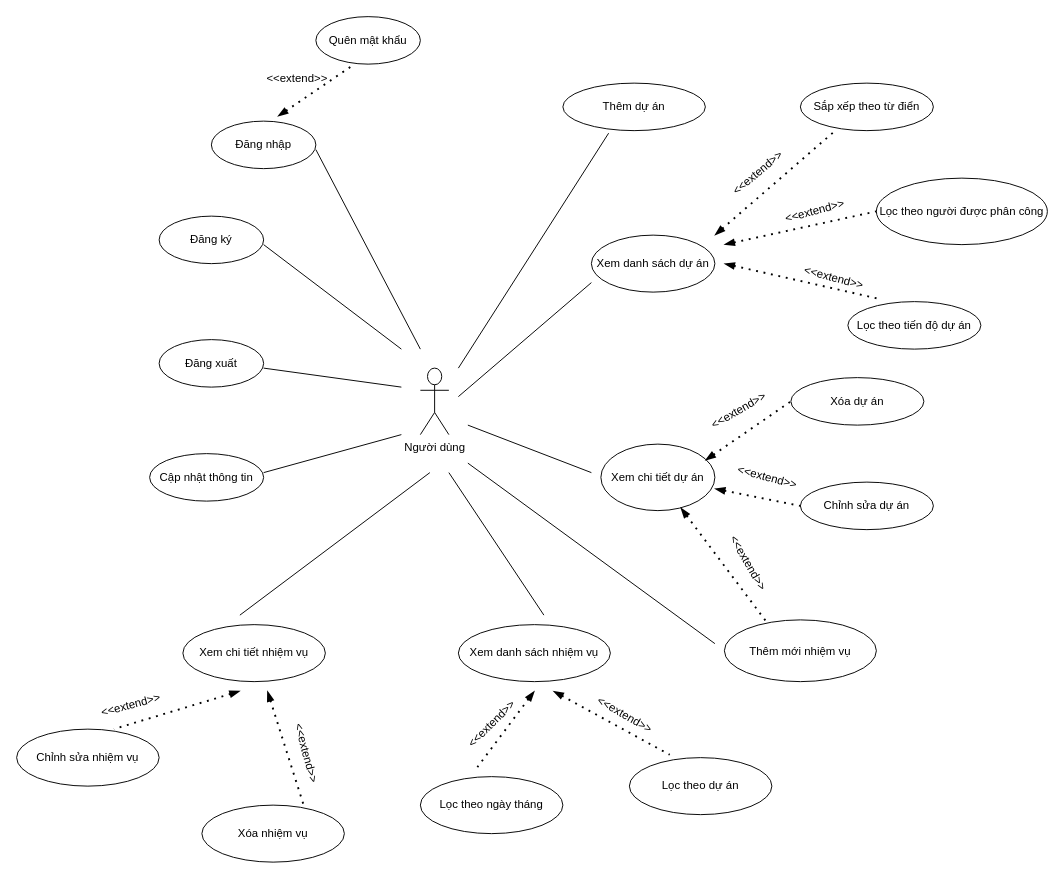
Dat02/for_fun keeps this draw.io diagram as Untitled Diagram.drawio. Above is the earlier version. Source tidied: cells renumbered, new cells numbered last; positions are measured from the earlier drawing's top-left corner, leaving out a move shared by most shapes. Both pictures are drawn from the tidied source at 95%, with x=0, y=0 at pixel (16, 16).
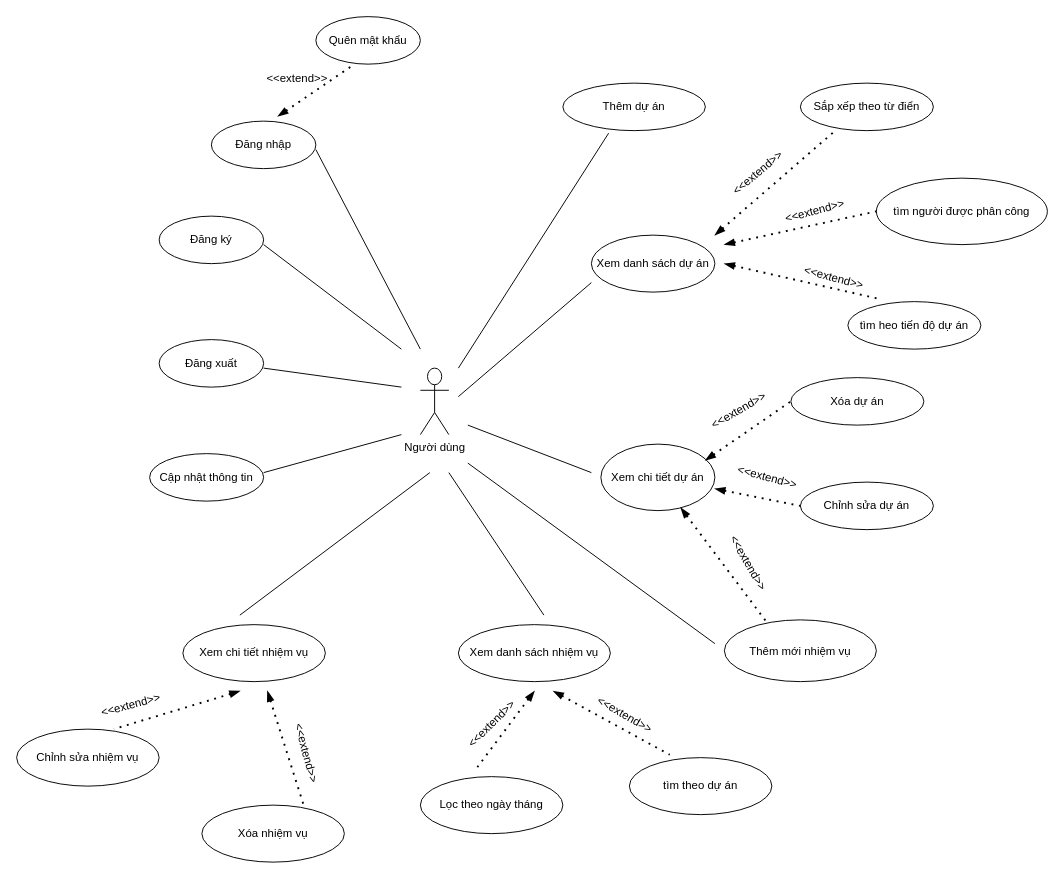
After the change.

Diff of the diagram source:
```diff
@@
-    <mxCell id="10" value="Lọc theo tiến độ dự án" style="ellipse;whiteSpace=wrap;html=1;" parent="1" vertex="1">
+    <mxCell id="10" value="tìm heo tiến độ dự án" style="ellipse;whiteSpace=wrap;html=1;" parent="1" vertex="1">
       <mxGeometry x="875" y="300" width="140" height="50" as="geometry" />
     </mxCell>
@@
-    <mxCell id="20" value="Lọc theo dự án" style="ellipse;whiteSpace=wrap;html=1;" parent="1" vertex="1">
+    <mxCell id="20" value="tìm theo dự án" style="ellipse;whiteSpace=wrap;html=1;" parent="1" vertex="1">
       <mxGeometry x="645" y="780" width="150" height="60" as="geometry" />
     </mxCell>
@@
-    <mxCell id="40" value="Lọc theo người được phân công" style="ellipse;whiteSpace=wrap;html=1;" parent="1" vertex="1">
+    <mxCell id="40" value="tìm người được phân công" style="ellipse;whiteSpace=wrap;html=1;" parent="1" vertex="1">
       <mxGeometry x="905" y="170" width="180" height="70" as="geometry" />
     </mxCell>
```
